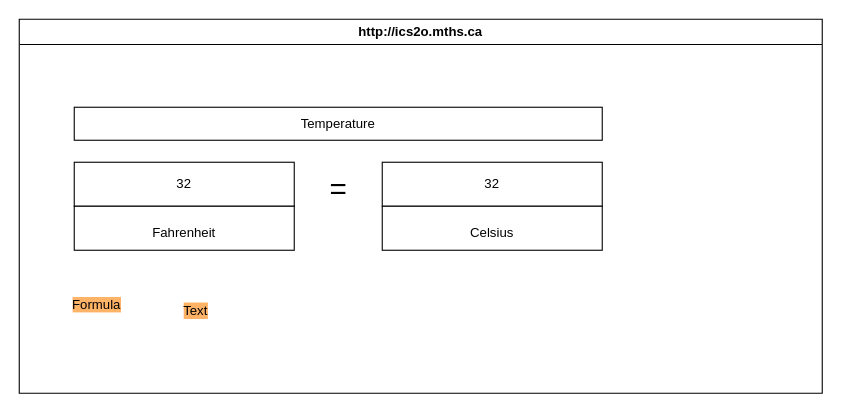
Above: design/storyboard.drawio in MTHS-ICD2O-1-2023/ICD2O-Unit-3-04-George-Khalil-29 (draw.io), before the change. Source tidied: cells renumbered, new cells numbered last; positions are measured from the earlier drawing's top-left corner, leaving out a move shared by most shapes. Both pictures are drawn from the tidied source at 110%, with x=0, y=0 at pixel (19, 19).
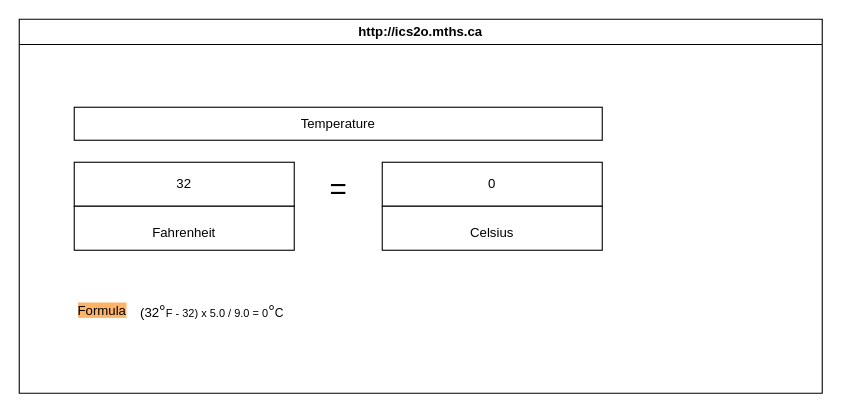
The same page after the edit.

Diff of the diagram source:
```diff
@@
 <mxGraphModel>
   <root>
     <mxCell id="0" />
     <mxCell id="1" parent="0" />
     <mxCell id="2" value="http://ics2o.mths.ca" style="swimlane;whiteSpace=wrap;html=1;" parent="1" vertex="1">
       <mxGeometry width="730" height="340" as="geometry" />
     </mxCell>
     <mxCell id="3" value="Temperature" style="rounded=0;whiteSpace=wrap;html=1;" parent="2" vertex="1">
       <mxGeometry x="50" y="80" width="480" height="30" as="geometry" />
     </mxCell>
     <mxCell id="4" value="32" style="rounded=0;whiteSpace=wrap;html=1;" parent="2" vertex="1">
       <mxGeometry x="50" y="130" width="200" height="40" as="geometry" />
     </mxCell>
-    <mxCell id="5" value="32" style="rounded=0;whiteSpace=wrap;html=1;" parent="2" vertex="1">
+    <mxCell id="5" value="0" style="rounded=0;whiteSpace=wrap;html=1;" parent="2" vertex="1">
       <mxGeometry x="330" y="130" width="200" height="40" as="geometry" />
     </mxCell>
     <mxCell id="6" value="&lt;font style=&quot;font-size: 27px;&quot;&gt;=&lt;/font&gt;" style="text;html=1;align=center;verticalAlign=middle;strokeColor=none;fillColor=none;" parent="2" vertex="1">
       <mxGeometry x="270" y="130" width="40" height="50" as="geometry" />
     </mxCell>
     <mxCell id="7" value="&lt;font style=&quot;font-size: 12px;&quot;&gt;Fahrenheit&lt;/font&gt;" style="rounded=0;whiteSpace=wrap;html=1;fontSize=24;" parent="2" vertex="1">
       <mxGeometry x="50" y="170" width="200" height="40" as="geometry" />
     </mxCell>
     <mxCell id="8" value="&lt;span style=&quot;font-size: 12px;&quot;&gt;Celsius&lt;/span&gt;" style="rounded=0;whiteSpace=wrap;html=1;fontSize=24;" parent="2" vertex="1">
       <mxGeometry x="330" y="170" width="200" height="40" as="geometry" />
     </mxCell>
+    <mxCell id="10" value="&lt;span style=&quot;background-color: rgb(255, 179, 102);&quot;&gt;Formula&lt;/span&gt;" style="text;html=1;align=center;verticalAlign=middle;strokeColor=none;fillColor=none;fontSize=12;" parent="2" vertex="1">
+      <mxGeometry x="40" y="250" width="70" height="30" as="geometry" />
+    </mxCell>
-    <mxCell id="9" value="Text" style="text;html=1;align=center;verticalAlign=middle;strokeColor=none;fillColor=none;fontSize=12;labelBackgroundColor=#FFB366;" parent="2" vertex="1">
-      <mxGeometry x="135" y="250" width="50" height="30" as="geometry" />
+    <mxCell id="9" value="(32&lt;span style=&quot;font-family: &amp;quot;Google Sans&amp;quot;, arial, sans-serif; font-size: 15px; text-align: left;&quot;&gt;°&lt;/span&gt;&lt;span style=&quot;font-family: &amp;quot;Google Sans&amp;quot;, arial, sans-serif; text-align: left;&quot;&gt;&lt;font size=&quot;1&quot;&gt;F - 32) x 5.0 / 9.0 = 0&lt;/font&gt;&lt;/span&gt;&lt;span style=&quot;font-family: &amp;quot;Google Sans&amp;quot;, arial, sans-serif; text-align: left;&quot;&gt;&lt;font style=&quot;font-size: 15px;&quot;&gt;°&lt;/font&gt;&lt;font style=&quot;font-size: 11px;&quot;&gt;C&lt;/font&gt;&lt;/span&gt;" style="text;html=1;align=center;verticalAlign=middle;strokeColor=none;fillColor=none;" parent="2" vertex="1">
+      <mxGeometry x="100" y="250" width="150" height="30" as="geometry" />
     </mxCell>
-    <mxCell id="10" value="&lt;span style=&quot;background-color: rgb(255, 179, 102);&quot;&gt;Formula&lt;/span&gt;" style="text;html=1;align=center;verticalAlign=middle;strokeColor=none;fillColor=none;fontSize=12;" parent="1" vertex="1">
-      <mxGeometry x="35" y="245" width="70" height="30" as="geometry" />
-    </mxCell>
   </root>
 </mxGraphModel>
```
